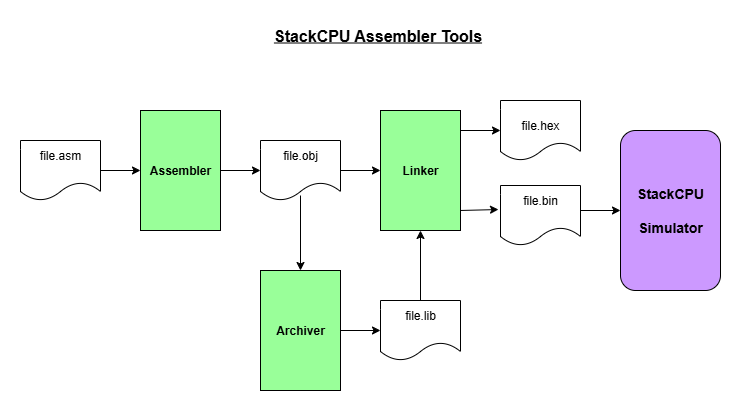
dervish77/StackCPU keeps this draw.io diagram as docs/StackCPU-SW-Assembler.png. Above is the earlier version. Source tidied: cells renumbered, new cells last; positions are measured from the earlier drawing's top-left corner, leaving out a move shared by most shapes. Its diagram source:
```xml
<mxGraphModel>
  <root>
    <mxCell id="0" />
    <mxCell id="1" parent="0" />
    <mxCell id="2" value="&lt;b&gt;&lt;u&gt;&lt;font style=&quot;font-size: 16px;&quot;&gt;StackCPU Assembler Tools&lt;/font&gt;&lt;/u&gt;&lt;/b&gt;" style="text;html=1;align=center;verticalAlign=middle;whiteSpace=wrap;rounded=0;" parent="1" vertex="1">
      <mxGeometry x="240" width="235" height="30" as="geometry" />
    </mxCell>
    <mxCell id="3" style="rounded=1;whiteSpace=wrap;html=1;fillColor=#CC99FF;" parent="1" vertex="1">
      <mxGeometry x="600" y="110" width="100" height="160" as="geometry" />
    </mxCell>
    <mxCell id="4" style="rounded=0;whiteSpace=wrap;html=1;fillColor=#99FF99;" parent="1" vertex="1">
      <mxGeometry x="360" y="90" width="80" height="120" as="geometry" />
    </mxCell>
    <mxCell id="5" style="rounded=0;whiteSpace=wrap;html=1;fillColor=#99FF99;" parent="1" vertex="1">
      <mxGeometry x="120" y="90" width="80" height="120" as="geometry" />
    </mxCell>
    <mxCell id="6" style="shape=document;whiteSpace=wrap;html=1;boundedLbl=1;" parent="1" vertex="1">
      <mxGeometry y="120" width="80" height="60" as="geometry" />
    </mxCell>
    <mxCell id="7" style="shape=document;whiteSpace=wrap;html=1;boundedLbl=1;" parent="1" vertex="1">
      <mxGeometry x="240" y="120" width="80" height="60" as="geometry" />
    </mxCell>
    <mxCell id="8" style="shape=document;whiteSpace=wrap;html=1;boundedLbl=1;" parent="1" vertex="1">
      <mxGeometry x="480" y="80" width="80" height="60" as="geometry" />
    </mxCell>
    <mxCell id="9" style="rounded=0;whiteSpace=wrap;html=1;fillColor=#99FF99;" parent="1" vertex="1">
      <mxGeometry x="240" y="250" width="80" height="120" as="geometry" />
    </mxCell>
    <mxCell id="10" style="shape=document;whiteSpace=wrap;html=1;boundedLbl=1;" parent="1" vertex="1">
      <mxGeometry x="360" y="280" width="80" height="60" as="geometry" />
    </mxCell>
    <mxCell id="11" value="&lt;b&gt;Assembler&lt;/b&gt;" style="text;html=1;align=center;verticalAlign=middle;whiteSpace=wrap;rounded=0;" parent="1" vertex="1">
      <mxGeometry x="130" y="135" width="60" height="30" as="geometry" />
    </mxCell>
    <mxCell id="12" value="&lt;b&gt;Linker&lt;/b&gt;" style="text;html=1;align=center;verticalAlign=middle;whiteSpace=wrap;rounded=0;" parent="1" vertex="1">
      <mxGeometry x="370" y="135" width="60" height="30" as="geometry" />
    </mxCell>
    <mxCell id="13" value="&lt;b&gt;Archiver&lt;/b&gt;" style="text;html=1;align=center;verticalAlign=middle;whiteSpace=wrap;rounded=0;" parent="1" vertex="1">
      <mxGeometry x="250" y="295" width="60" height="30" as="geometry" />
    </mxCell>
    <mxCell id="14" value="&lt;font style=&quot;font-size: 14px;&quot;&gt;&lt;b&gt;StackCPU&lt;/b&gt;&lt;/font&gt;&lt;div&gt;&lt;font style=&quot;font-size: 14px;&quot;&gt;&lt;b&gt;&lt;br&gt;&lt;/b&gt;&lt;/font&gt;&lt;/div&gt;&lt;div&gt;&lt;font style=&quot;font-size: 14px;&quot;&gt;&lt;b&gt;Simulator&lt;/b&gt;&lt;/font&gt;&lt;/div&gt;" style="text;html=1;align=center;verticalAlign=middle;whiteSpace=wrap;rounded=0;" parent="1" vertex="1">
      <mxGeometry x="620" y="175" width="60" height="30" as="geometry" />
    </mxCell>
    <mxCell id="15" value="file.asm" style="text;html=1;align=center;verticalAlign=middle;whiteSpace=wrap;rounded=0;" parent="1" vertex="1">
      <mxGeometry x="10" y="120" width="60" height="30" as="geometry" />
    </mxCell>
    <mxCell id="16" value="file.obj" style="text;html=1;align=center;verticalAlign=middle;whiteSpace=wrap;rounded=0;" parent="1" vertex="1">
      <mxGeometry x="250" y="120" width="60" height="30" as="geometry" />
    </mxCell>
    <mxCell id="17" value="file.lib" style="text;html=1;align=center;verticalAlign=middle;whiteSpace=wrap;rounded=0;" parent="1" vertex="1">
      <mxGeometry x="370" y="280" width="60" height="30" as="geometry" />
    </mxCell>
    <mxCell id="18" style="shape=document;whiteSpace=wrap;html=1;boundedLbl=1;" parent="1" vertex="1">
      <mxGeometry x="480" y="165" width="80" height="60" as="geometry" />
    </mxCell>
    <mxCell id="19" value="file.hex" style="text;html=1;align=center;verticalAlign=middle;whiteSpace=wrap;rounded=0;" parent="1" vertex="1">
      <mxGeometry x="490" y="90" width="60" height="30" as="geometry" />
    </mxCell>
    <mxCell id="20" value="file.bin" style="text;html=1;align=center;verticalAlign=middle;whiteSpace=wrap;rounded=0;" parent="1" vertex="1">
      <mxGeometry x="490" y="165" width="60" height="30" as="geometry" />
    </mxCell>
    <mxCell id="21" style="endArrow=classic;html=1;rounded=0;entryX=0;entryY=0.5;entryDx=0;entryDy=0;" parent="1" edge="1" target="5">
      <mxGeometry relative="1" as="geometry">
        <mxPoint x="80" y="150" as="sourcePoint" />
      </mxGeometry>
    </mxCell>
    <mxCell id="22" style="endArrow=classic;html=1;rounded=0;entryX=0;entryY=0.5;entryDx=0;entryDy=0;" parent="1" edge="1" target="7">
      <mxGeometry relative="1" as="geometry">
        <mxPoint x="200" y="150" as="sourcePoint" />
      </mxGeometry>
    </mxCell>
    <mxCell id="23" style="endArrow=classic;html=1;rounded=0;entryX=0;entryY=0.5;entryDx=0;entryDy=0;" parent="1" edge="1" target="4">
      <mxGeometry relative="1" as="geometry">
        <mxPoint x="320" y="150" as="sourcePoint" />
      </mxGeometry>
    </mxCell>
    <mxCell id="24" style="endArrow=classic;html=1;rounded=0;entryX=0;entryY=0.5;entryDx=0;entryDy=0;" parent="1" edge="1" target="8">
      <mxGeometry relative="1" as="geometry">
        <mxPoint x="440" y="110" as="sourcePoint" />
      </mxGeometry>
    </mxCell>
    <mxCell id="25" style="endArrow=classic;html=1;rounded=0;entryX=0;entryY=0.5;entryDx=0;entryDy=0;" parent="1" edge="1" target="10">
      <mxGeometry relative="1" as="geometry">
        <mxPoint x="320" y="310" as="sourcePoint" />
      </mxGeometry>
    </mxCell>
    <mxCell id="26" style="endArrow=classic;html=1;rounded=0;" parent="1" edge="1">
      <mxGeometry relative="1" as="geometry">
        <mxPoint x="440" y="190" as="sourcePoint" />
        <mxPoint x="478" y="189" as="targetPoint" />
      </mxGeometry>
    </mxCell>
    <mxCell id="27" style="endArrow=classic;html=1;rounded=0;entryX=0.5;entryY=1;entryDx=0;entryDy=0;" parent="1" edge="1" target="4">
      <mxGeometry relative="1" as="geometry">
        <mxPoint x="400" y="280" as="sourcePoint" />
      </mxGeometry>
    </mxCell>
    <mxCell id="28" style="endArrow=classic;html=1;rounded=0;entryX=0.5;entryY=0;entryDx=0;entryDy=0;" parent="1" edge="1" target="9">
      <mxGeometry relative="1" as="geometry">
        <mxPoint x="280" y="175" as="sourcePoint" />
      </mxGeometry>
    </mxCell>
    <mxCell id="29" style="endArrow=classic;html=1;rounded=0;entryX=0;entryY=0.5;entryDx=0;entryDy=0;" parent="1" edge="1" target="3">
      <mxGeometry relative="1" as="geometry">
        <mxPoint x="560" y="190" as="sourcePoint" />
      </mxGeometry>
    </mxCell>
  </root>
</mxGraphModel>
```
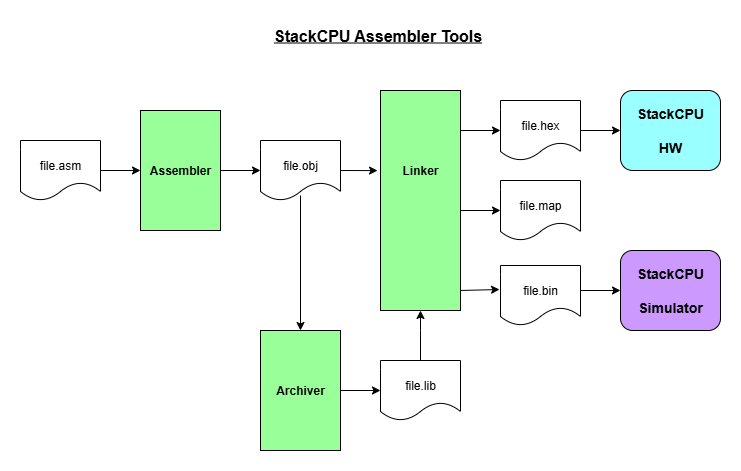
After the change.

Commit message:
fixed assembler tools diagram to match linker tool definition

What changed in the source:
```diff
@@ -6,10 +6,10 @@
       <mxGeometry x="240" width="235" height="30" as="geometry" />
     </mxCell>
     <mxCell id="3" style="rounded=1;whiteSpace=wrap;html=1;fillColor=#CC99FF;" parent="1" vertex="1">
-      <mxGeometry x="600" y="110" width="100" height="160" as="geometry" />
+      <mxGeometry x="600" y="230" width="100" height="80" as="geometry" />
     </mxCell>
     <mxCell id="4" style="rounded=0;whiteSpace=wrap;html=1;fillColor=#99FF99;" parent="1" vertex="1">
-      <mxGeometry x="360" y="90" width="80" height="120" as="geometry" />
+      <mxGeometry x="360" y="70" width="80" height="220" as="geometry" />
     </mxCell>
     <mxCell id="5" style="rounded=0;whiteSpace=wrap;html=1;fillColor=#99FF99;" parent="1" vertex="1">
       <mxGeometry x="120" y="90" width="80" height="120" as="geometry" />
@@ -24,10 +24,10 @@
       <mxGeometry x="480" y="80" width="80" height="60" as="geometry" />
     </mxCell>
     <mxCell id="9" style="rounded=0;whiteSpace=wrap;html=1;fillColor=#99FF99;" parent="1" vertex="1">
-      <mxGeometry x="240" y="250" width="80" height="120" as="geometry" />
+      <mxGeometry x="240" y="310" width="80" height="120" as="geometry" />
     </mxCell>
     <mxCell id="10" style="shape=document;whiteSpace=wrap;html=1;boundedLbl=1;" parent="1" vertex="1">
-      <mxGeometry x="360" y="280" width="80" height="60" as="geometry" />
+      <mxGeometry x="360" y="340" width="80" height="60" as="geometry" />
     </mxCell>
     <mxCell id="11" value="&lt;b&gt;Assembler&lt;/b&gt;" style="text;html=1;align=center;verticalAlign=middle;whiteSpace=wrap;rounded=0;" parent="1" vertex="1">
       <mxGeometry x="130" y="135" width="60" height="30" as="geometry" />
@@ -36,28 +36,28 @@
       <mxGeometry x="370" y="135" width="60" height="30" as="geometry" />
     </mxCell>
     <mxCell id="13" value="&lt;b&gt;Archiver&lt;/b&gt;" style="text;html=1;align=center;verticalAlign=middle;whiteSpace=wrap;rounded=0;" parent="1" vertex="1">
-      <mxGeometry x="250" y="295" width="60" height="30" as="geometry" />
+      <mxGeometry x="250" y="355" width="60" height="30" as="geometry" />
     </mxCell>
     <mxCell id="14" value="&lt;font style=&quot;font-size: 14px;&quot;&gt;&lt;b&gt;StackCPU&lt;/b&gt;&lt;/font&gt;&lt;div&gt;&lt;font style=&quot;font-size: 14px;&quot;&gt;&lt;b&gt;&lt;br&gt;&lt;/b&gt;&lt;/font&gt;&lt;/div&gt;&lt;div&gt;&lt;font style=&quot;font-size: 14px;&quot;&gt;&lt;b&gt;Simulator&lt;/b&gt;&lt;/font&gt;&lt;/div&gt;" style="text;html=1;align=center;verticalAlign=middle;whiteSpace=wrap;rounded=0;" parent="1" vertex="1">
-      <mxGeometry x="620" y="175" width="60" height="30" as="geometry" />
+      <mxGeometry x="620" y="255" width="60" height="30" as="geometry" />
     </mxCell>
     <mxCell id="15" value="file.asm" style="text;html=1;align=center;verticalAlign=middle;whiteSpace=wrap;rounded=0;" parent="1" vertex="1">
-      <mxGeometry x="10" y="120" width="60" height="30" as="geometry" />
+      <mxGeometry x="10" y="130" width="60" height="30" as="geometry" />
     </mxCell>
     <mxCell id="16" value="file.obj" style="text;html=1;align=center;verticalAlign=middle;whiteSpace=wrap;rounded=0;" parent="1" vertex="1">
-      <mxGeometry x="250" y="120" width="60" height="30" as="geometry" />
+      <mxGeometry x="250" y="130" width="60" height="30" as="geometry" />
     </mxCell>
     <mxCell id="17" value="file.lib" style="text;html=1;align=center;verticalAlign=middle;whiteSpace=wrap;rounded=0;" parent="1" vertex="1">
-      <mxGeometry x="370" y="280" width="60" height="30" as="geometry" />
+      <mxGeometry x="370" y="350" width="60" height="30" as="geometry" />
     </mxCell>
     <mxCell id="18" style="shape=document;whiteSpace=wrap;html=1;boundedLbl=1;" parent="1" vertex="1">
-      <mxGeometry x="480" y="165" width="80" height="60" as="geometry" />
+      <mxGeometry x="480" y="245" width="80" height="60" as="geometry" />
     </mxCell>
     <mxCell id="19" value="file.hex" style="text;html=1;align=center;verticalAlign=middle;whiteSpace=wrap;rounded=0;" parent="1" vertex="1">
       <mxGeometry x="490" y="90" width="60" height="30" as="geometry" />
     </mxCell>
     <mxCell id="20" value="file.bin" style="text;html=1;align=center;verticalAlign=middle;whiteSpace=wrap;rounded=0;" parent="1" vertex="1">
-      <mxGeometry x="490" y="165" width="60" height="30" as="geometry" />
+      <mxGeometry x="490" y="255" width="60" height="30" as="geometry" />
     </mxCell>
     <mxCell id="21" style="endArrow=classic;html=1;rounded=0;entryX=0;entryY=0.5;entryDx=0;entryDy=0;" parent="1" edge="1" target="5">
       <mxGeometry relative="1" as="geometry">
@@ -69,7 +69,7 @@
         <mxPoint x="200" y="150" as="sourcePoint" />
       </mxGeometry>
     </mxCell>
-    <mxCell id="23" style="endArrow=classic;html=1;rounded=0;entryX=0;entryY=0.5;entryDx=0;entryDy=0;" parent="1" edge="1" target="4">
+    <mxCell id="23" style="endArrow=classic;html=1;rounded=0;entryX=-0.037;entryY=0.364;entryDx=0;entryDy=0;entryPerimeter=0;" parent="1" edge="1" target="4">
       <mxGeometry relative="1" as="geometry">
         <mxPoint x="320" y="150" as="sourcePoint" />
       </mxGeometry>
@@ -81,18 +81,15 @@
     </mxCell>
     <mxCell id="25" style="endArrow=classic;html=1;rounded=0;entryX=0;entryY=0.5;entryDx=0;entryDy=0;" parent="1" edge="1" target="10">
       <mxGeometry relative="1" as="geometry">
-        <mxPoint x="320" y="310" as="sourcePoint" />
+        <mxPoint x="320" y="370" as="sourcePoint" />
       </mxGeometry>
     </mxCell>
-    <mxCell id="26" style="endArrow=classic;html=1;rounded=0;" parent="1" edge="1">
-      <mxGeometry relative="1" as="geometry">
-        <mxPoint x="440" y="190" as="sourcePoint" />
-        <mxPoint x="478" y="189" as="targetPoint" />
-      </mxGeometry>
-    </mxCell>
     <mxCell id="27" style="endArrow=classic;html=1;rounded=0;entryX=0.5;entryY=1;entryDx=0;entryDy=0;" parent="1" edge="1" target="4">
       <mxGeometry relative="1" as="geometry">
-        <mxPoint x="400" y="280" as="sourcePoint" />
+        <mxPoint x="400" y="340" as="sourcePoint" />
+        <Array as="points">
+          <mxPoint x="400" y="310" />
+        </Array>
       </mxGeometry>
     </mxCell>
     <mxCell id="28" style="endArrow=classic;html=1;rounded=0;entryX=0.5;entryY=0;entryDx=0;entryDy=0;" parent="1" edge="1" target="9">
@@ -102,8 +99,36 @@
     </mxCell>
     <mxCell id="29" style="endArrow=classic;html=1;rounded=0;entryX=0;entryY=0.5;entryDx=0;entryDy=0;" parent="1" edge="1" target="3">
       <mxGeometry relative="1" as="geometry">
-        <mxPoint x="560" y="190" as="sourcePoint" />
+        <mxPoint x="560" y="270" as="sourcePoint" />
       </mxGeometry>
     </mxCell>
+    <mxCell id="30" style="shape=document;whiteSpace=wrap;html=1;boundedLbl=1;" parent="1" vertex="1">
+      <mxGeometry x="480" y="160" width="80" height="60" as="geometry" />
+    </mxCell>
+    <mxCell id="31" value="file.map" style="text;html=1;align=center;verticalAlign=middle;whiteSpace=wrap;rounded=0;" parent="1" vertex="1">
+      <mxGeometry x="490" y="170" width="60" height="30" as="geometry" />
+    </mxCell>
+    <mxCell id="32" style="endArrow=classic;html=1;rounded=0;entryX=0;entryY=0.5;entryDx=0;entryDy=0;" parent="1" edge="1" target="30">
+      <mxGeometry relative="1" as="geometry">
+        <mxPoint x="440" y="190" as="sourcePoint" />
+      </mxGeometry>
+    </mxCell>
+    <mxCell id="33" style="endArrow=classic;html=1;rounded=0;entryX=0;entryY=0.5;entryDx=0;entryDy=0;" parent="1" edge="1">
+      <mxGeometry relative="1" as="geometry">
+        <mxPoint x="560" y="110" as="sourcePoint" />
+        <mxPoint x="600" y="110" as="targetPoint" />
+      </mxGeometry>
+    </mxCell>
+    <mxCell id="34" style="rounded=1;whiteSpace=wrap;html=1;fillColor=#99FFFF;" parent="1" vertex="1">
+      <mxGeometry x="600" y="70" width="100" height="80" as="geometry" />
+    </mxCell>
+    <mxCell id="35" value="&lt;font style=&quot;font-size: 14px;&quot;&gt;&lt;b&gt;StackCPU&lt;/b&gt;&lt;/font&gt;&lt;div&gt;&lt;font style=&quot;font-size: 14px;&quot;&gt;&lt;b&gt;&lt;br&gt;&lt;/b&gt;&lt;/font&gt;&lt;/div&gt;&lt;div&gt;&lt;font style=&quot;font-size: 14px;&quot;&gt;&lt;b&gt;HW&lt;/b&gt;&lt;/font&gt;&lt;/div&gt;" style="text;html=1;align=center;verticalAlign=middle;whiteSpace=wrap;rounded=0;" parent="1" vertex="1">
+      <mxGeometry x="620" y="95" width="60" height="30" as="geometry" />
+    </mxCell>
+    <mxCell id="36" style="endArrow=classic;html=1;rounded=0;entryX=-0.012;entryY=0.4;entryDx=0;entryDy=0;entryPerimeter=0;" parent="1" edge="1" target="18">
+      <mxGeometry relative="1" as="geometry">
+        <mxPoint x="440" y="270" as="sourcePoint" />
+      </mxGeometry>
+    </mxCell>
   </root>
 </mxGraphModel>
```
